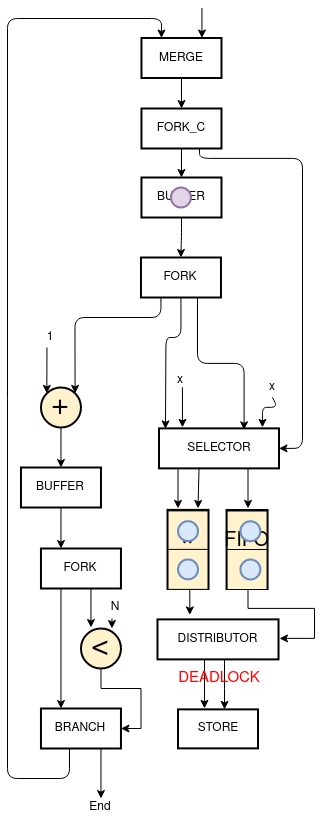
The draw.io diagram animation_tehb_3.png in axelmarmet/intermediary-presentation, before a commit. Source tidied: cells renumbered, new cells last; positions are measured from the earlier drawing's top-left corner, leaving out a move shared by most shapes.
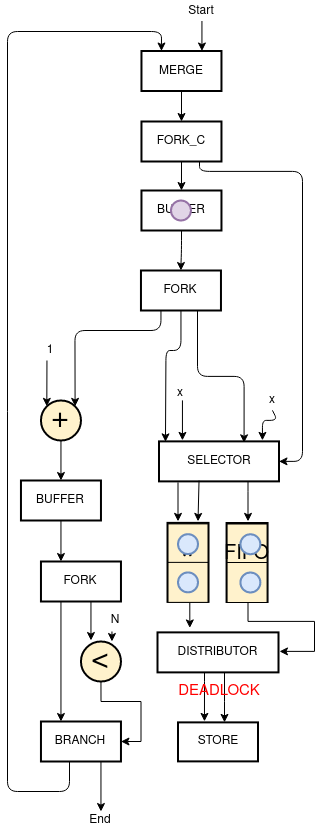
Above is the later version.

What changed in the source:
```diff
@@ -279,5 +279,8 @@
     <mxCell id="65" value="DEADLOCK" style="text;html=1;strokeColor=none;fillColor=none;align=center;verticalAlign=middle;whiteSpace=wrap;rounded=0;fontSize=15;fontColor=#FF0000;" parent="1" vertex="1">
       <mxGeometry x="191.5" y="661" width="40" height="20" as="geometry" />
     </mxCell>
+    <mxCell id="66" value="Start" style="text;html=1;strokeColor=none;fillColor=none;align=center;verticalAlign=middle;whiteSpace=wrap;rounded=0;" parent="1" vertex="1">
+      <mxGeometry x="174" y="-19.5" width="40" height="20" as="geometry" />
+    </mxCell>
   </root>
 </mxGraphModel>
```
